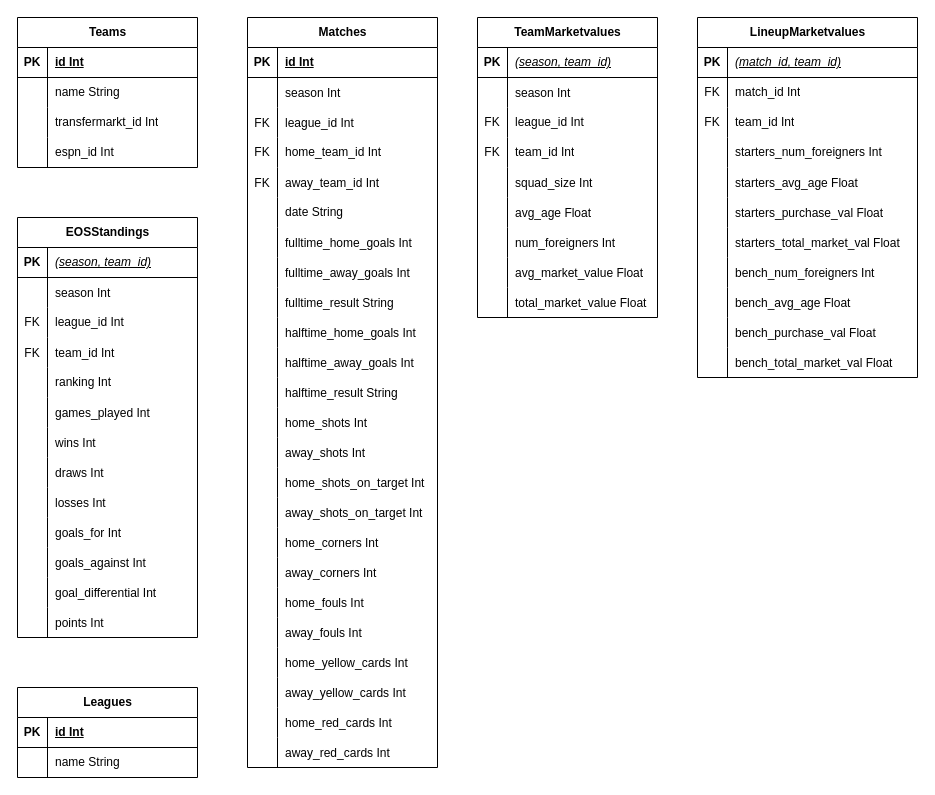
Summer-ICERM-2024-Pyramid-Schemers/football-data-scraping keeps this draw.io diagram as english_football_ER_diagram.drawio. Above is the earlier version. Source tidied: cells renumbered, new cells numbered last; positions are measured from the earlier drawing's top-left corner, leaving out a move shared by most shapes. Both pictures are drawn from the tidied source at 100%, with x=0, y=0 at pixel (17, 17).
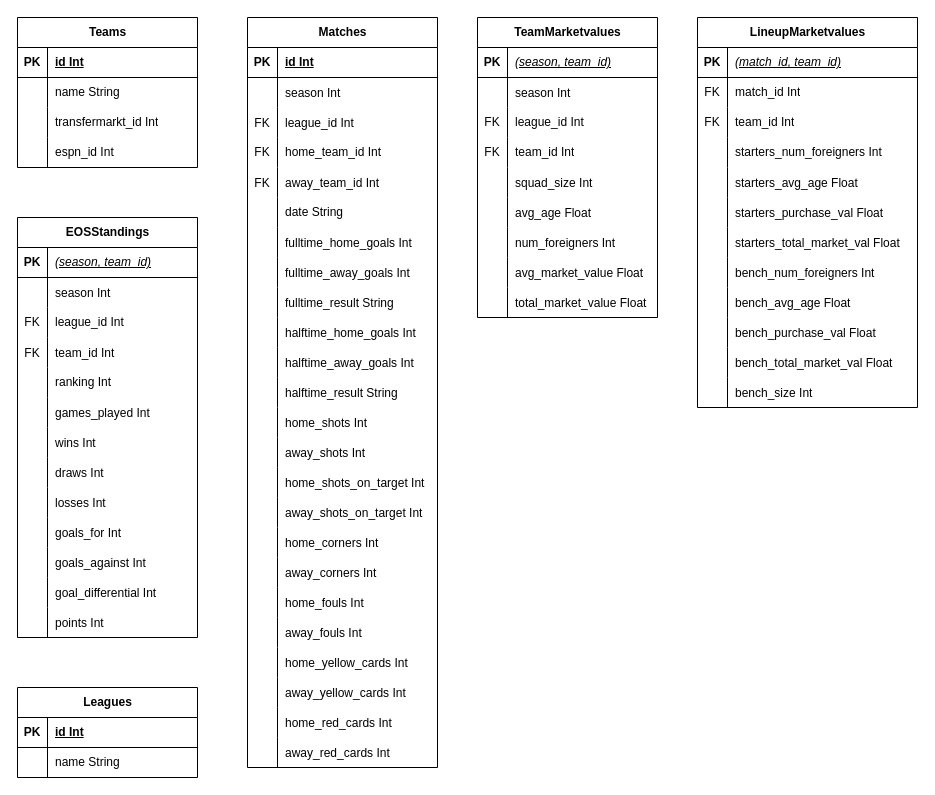
The same page after the edit.

Commit message (it also covers changes not shown here):
Add bench_size column

Update ER diagram to match database

Change to the diagram source:
```diff
@@
     <mxCell id="163" value="LineupMarketvalues" style="shape=table;startSize=30;childLayout=tableLayout;rowLines=0;fontStyle=1;align=center;html=1;" parent="1" vertex="1">
-      <mxGeometry x="680" width="220" height="360" as="geometry" />
+      <mxGeometry x="680" width="220" height="390" as="geometry" />
     </mxCell>
@@
+    <mxCell id="197" style="shape=tableRow;horizontal=0;startSize=0;swimlaneHead=0;swimlaneBody=0;fillColor=none;top=0;left=0;right=0;bottom=0;" parent="163" vertex="1">
+      <mxGeometry y="360" width="220" height="30" as="geometry" />
+    </mxCell>
+    <mxCell id="198" style="shape=partialRectangle;fillColor=none;top=0;left=0;bottom=0;right=0;overflow=hidden;" parent="197" vertex="1">
+      <mxGeometry width="30" height="30" as="geometry" />
+    </mxCell>
+    <mxCell id="199" value="bench_size Int" style="shape=partialRectangle;fillColor=none;top=0;left=0;bottom=0;right=0;align=left;spacingLeft=6;overflow=hidden;" parent="197" vertex="1">
+      <mxGeometry x="30" width="190" height="30" as="geometry" />
+    </mxCell>
```
